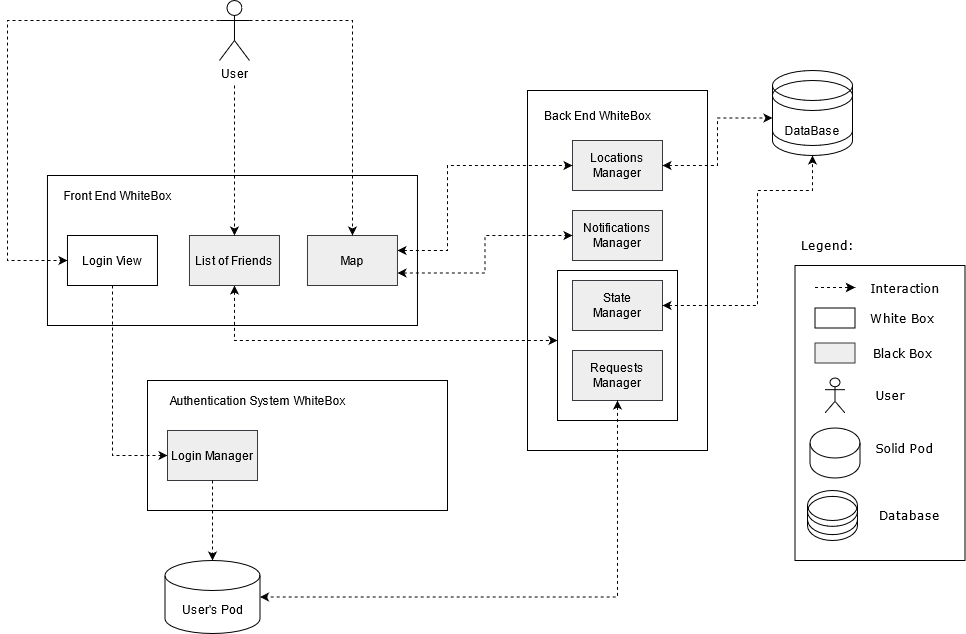
The draw.io diagram webapp/docs/images/05_diagrama_level3.png in Arquisoft/radarin_es1a, before a commit. Source tidied: cells renumbered, new cells last; positions are measured from the earlier drawing's top-left corner, leaving out a move shared by most shapes.
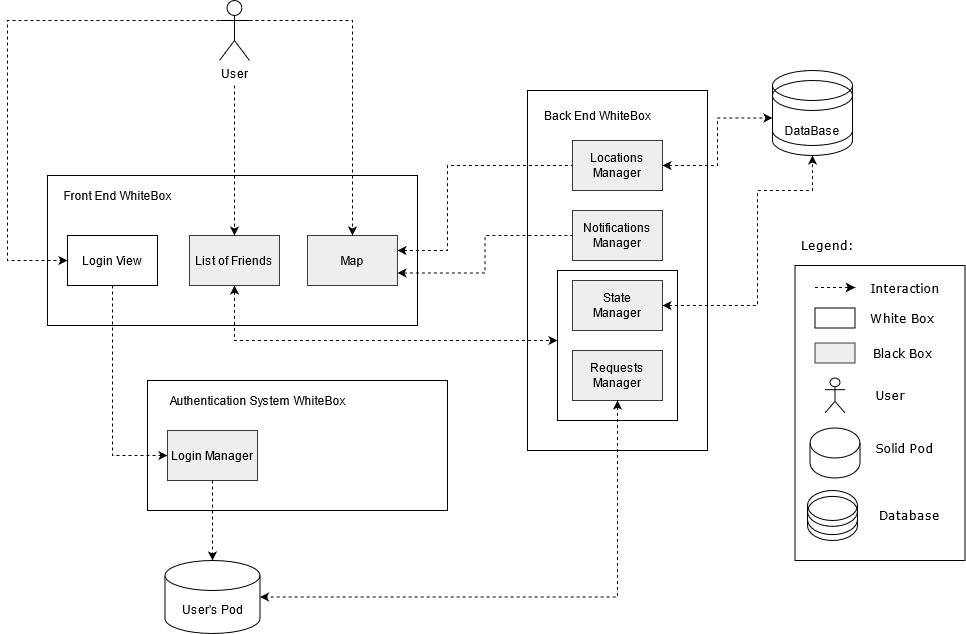
After the change.

Change to the diagram source:
```diff
@@ -52,7 +52,7 @@
     <mxCell id="15" value="List of Friends" style="rounded=0;whiteSpace=wrap;html=1;fillColor=#eeeeee;strokeColor=#36393d;" parent="1" vertex="1">
       <mxGeometry x="182" y="235" width="90" height="50" as="geometry" />
     </mxCell>
-    <mxCell id="16" style="edgeStyle=orthogonalEdgeStyle;rounded=0;jettySize=auto;html=1;entryX=0;entryY=0.5;entryDx=0;entryDy=0;dashed=1;startArrow=classic;startFill=1;" parent="1" edge="1" source="18" target="6">
+    <mxCell id="16" style="edgeStyle=orthogonalEdgeStyle;rounded=0;jettySize=auto;html=1;entryX=0;entryY=0.5;entryDx=0;entryDy=0;dashed=1;startArrow=classic;startFill=1;endArrow=none;endFill=0;" parent="1" edge="1" source="18" target="6">
       <mxGeometry relative="1" as="geometry">
         <Array as="points">
           <mxPoint x="440" y="250" />
@@ -60,7 +60,7 @@
         </Array>
       </mxGeometry>
     </mxCell>
-    <mxCell id="17" style="edgeStyle=orthogonalEdgeStyle;rounded=0;jettySize=auto;html=1;exitX=1;exitY=0.75;exitDx=0;exitDy=0;entryX=0;entryY=0.5;entryDx=0;entryDy=0;dashed=1;startArrow=classic;startFill=1;" parent="1" edge="1" source="18" target="7">
+    <mxCell id="17" style="edgeStyle=orthogonalEdgeStyle;rounded=0;jettySize=auto;html=1;exitX=1;exitY=0.75;exitDx=0;exitDy=0;entryX=0;entryY=0.5;entryDx=0;entryDy=0;dashed=1;startArrow=classic;startFill=1;endArrow=none;endFill=0;" parent="1" edge="1" source="18" target="7">
       <mxGeometry relative="1" as="geometry" />
     </mxCell>
     <mxCell id="18" value="Map" style="rounded=0;whiteSpace=wrap;html=1;fillColor=#eeeeee;strokeColor=#36393d;" parent="1" vertex="1">
```
